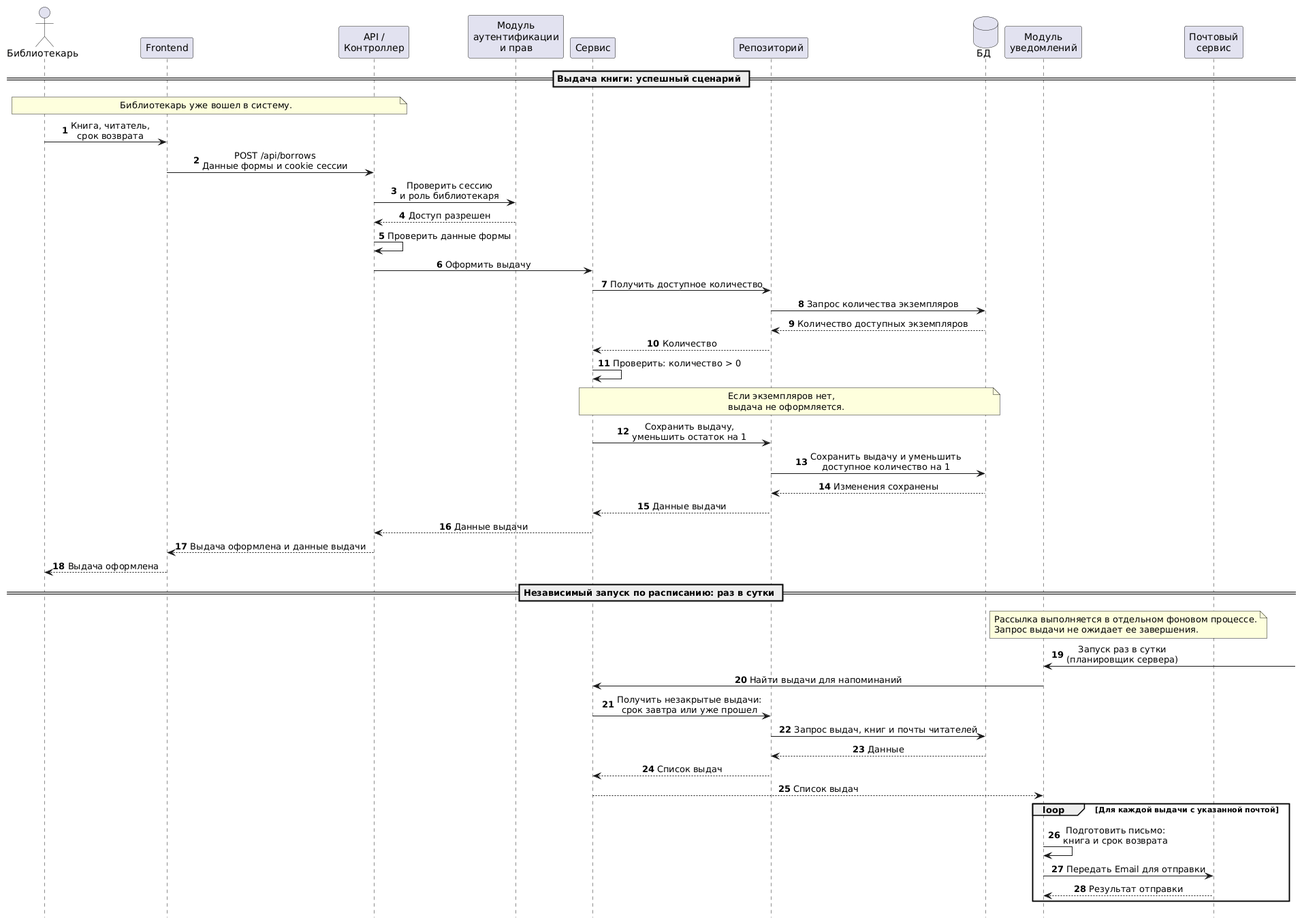
This is lab3/diagrams/sequence.png from triple-alex/isit-lab, a PlantUML export, as it was before one commit.
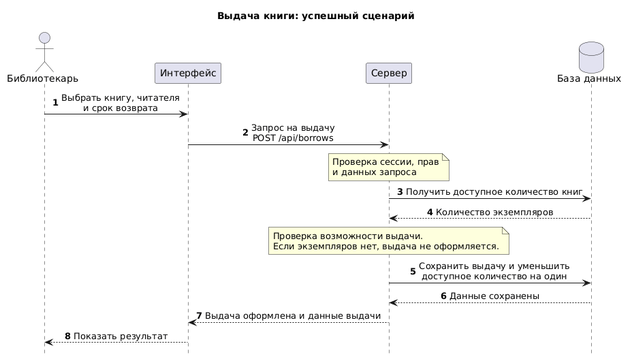
The same diagram one commit later.

Commit message:
Lab 3: simplify diagrams

What changed in the source:
```diff
@@ -5,64 +5,30 @@
 skinparam sequenceMessageAlign center
 
 actor "Библиотекарь" as User
-participant "Frontend" as FE
-participant "API /\nКонтроллер" as API
-participant "Модуль\nаутентификации\nи прав" as Auth
-participant "Сервис" as Service
-participant "Репозиторий" as Repo
-database "БД" as DB
-participant "Модуль\nуведомлений" as Notify
-participant "Почтовый\nсервис" as Mail
+participant "Интерфейс" as UI
+participant "Сервер" as Server
+database "База данных" as DB
 
-== Выдача книги: успешный сценарий ==
+title Выдача книги: успешный сценарий
 
-note over User, API
-  Библиотекарь уже вошел в систему.
+User -> UI : Выбрать книгу, читателя\nи срок возврата
+UI -> Server : Запрос на выдачу\nPOST /api/borrows
+
+note over Server
+  Проверка сессии, прав
+  и данных запроса
 end note
 
-User -> FE : Книга, читатель,\nсрок возврата
-FE -> API : POST /api/borrows\nДанные формы и cookie сессии
-API -> Auth : Проверить сессию\nи роль библиотекаря
-Auth --> API : Доступ разрешен
-API -> API : Проверить данные формы
-API -> Service : Оформить выдачу
-Service -> Repo : Получить доступное количество
-Repo -> DB : Запрос количества экземпляров
-DB --> Repo : Количество доступных экземпляров
-Repo --> Service : Количество
-Service -> Service : Проверить: количество > 0
+Server -> DB : Получить доступное количество книг
+DB --> Server : Количество экземпляров
 
-note over Service, DB
-  Если экземпляров нет,
-  выдача не оформляется.
+note over Server
+  Проверка возможности выдачи.
+  Если экземпляров нет, выдача не оформляется.
 end note
 
-Service -> Repo : Сохранить выдачу,\nуменьшить остаток на 1
-Repo -> DB : Сохранить выдачу и уменьшить\nдоступное количество на 1
-DB --> Repo : Изменения сохранены
-Repo --> Service : Данные выдачи
-Service --> API : Данные выдачи
-API --> FE : Выдача оформлена и данные выдачи
-FE --> User : Выдача оформлена
-
-== Независимый запуск по расписанию: раз в сутки ==
-
-note over Notify, Mail
-  Рассылка выполняется в отдельном фоновом процессе.
-  Запрос выдачи не ожидает ее завершения.
-end note
-
-Notify <-] : Запуск раз в сутки\n(планировщик сервера)
-Notify -> Service : Найти выдачи для напоминаний
-Service -> Repo : Получить незакрытые выдачи:\nсрок завтра или уже прошел
-Repo -> DB : Запрос выдач, книг и почты читателей
-DB --> Repo : Данные
-Repo --> Service : Список выдач
-Service --> Notify : Список выдач
-
-loop Для каждой выдачи с указанной почтой
-  Notify -> Notify : Подготовить письмо:\nкнига и срок возврата
-  Notify -> Mail : Передать Email для отправки
-  Mail --> Notify : Результат отправки
-end
+Server -> DB : Сохранить выдачу и уменьшить\nдоступное количество на один
+DB --> Server : Данные сохранены
+Server --> UI : Выдача оформлена и данные выдачи
+UI --> User : Показать результат
 @enduml
```
